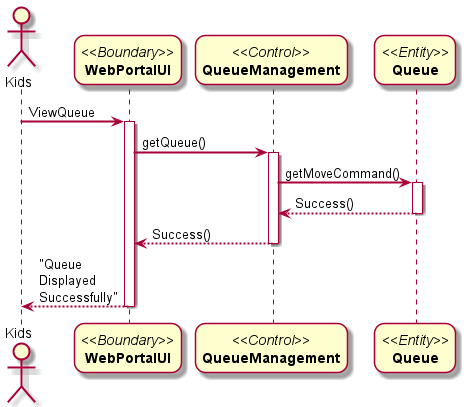
The PlantUML diagram Docs/Sequence Diagrams/Project Sequence-Diagram-UC4.png in DanielFYJ/2101-2201-Project, before a commit.
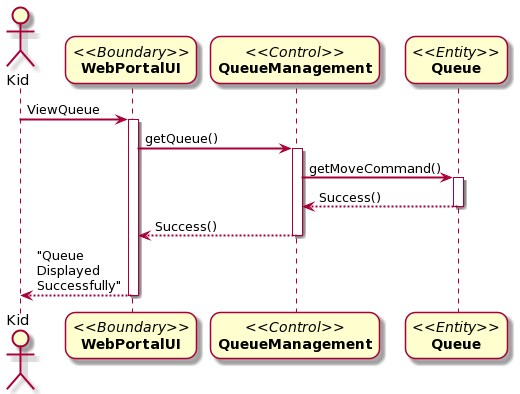
Above is the later version.

Commit message:
Update kids to kid for sequence diagram

Diff of the diagram source:
```diff
@@ -3,12 +3,12 @@
 skinparam roundcorner 20
 skinparam maxmessagesize 60
 
-actor Kids
+actor Kid
 participant "//<<Boundary>>//\n**WebPortalUI**" as A
 participant "//<<Control>>//\n**QueueManagement**" as B
 participant "//<<Entity>>//\n**Queue**" as C
 
-Kids-> A: ViewQueue
+Kid-> A: ViewQueue
 activate A
 
 A -> B: getQueue()
@@ -22,7 +22,6 @@
 B --> A: Success()
 deactivate B
 
-A --> Kids: "Queue Displayed Successfully"
+A --> Kid: "Queue Displayed Successfully"
 deactivate A
-
 @enduml
```
